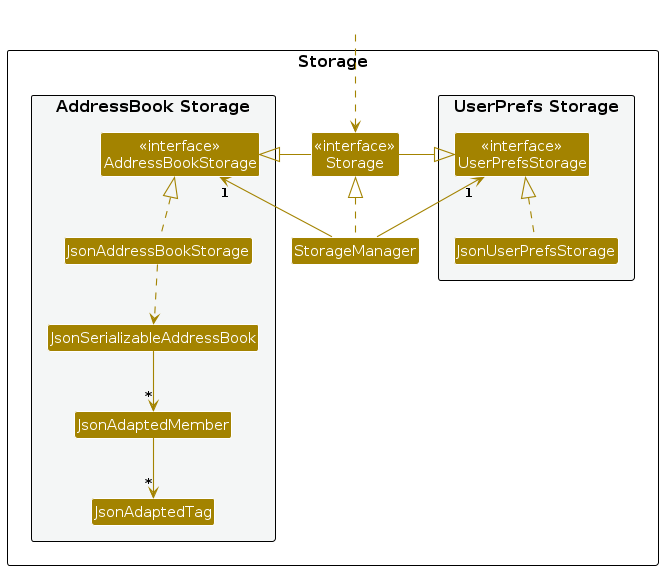
AY2425S1-CS2103T-W14-3/tp keeps this PlantUML diagram as diagrams/StorageClassDiagram.png. Above is the earlier version. Its source is kept beside it as diagrams/StorageClassDiagram.puml. Source of this version:
```plantuml
@startuml
!include style.puml
skinparam arrowThickness 1.1
skinparam arrowColor STORAGE_COLOR
skinparam classBackgroundColor STORAGE_COLOR

package Storage as StoragePackage {

package "UserPrefs Storage" #F4F6F6{
Class "<<interface>>\nUserPrefsStorage" as UserPrefsStorage
Class JsonUserPrefsStorage
}

Class "<<interface>>\nStorage" as Storage
Class StorageManager

package "AddressBook Storage" #F4F6F6{
Class "<<interface>>\nAddressBookStorage" as AddressBookStorage
Class JsonAddressBookStorage
Class JsonSerializableAddressBook
Class JsonAdaptedMember
Class JsonAdaptedTag
}

}

Class HiddenOutside #FFFFFF
HiddenOutside ..> Storage

StorageManager .up.|> Storage
StorageManager -up-> "1" UserPrefsStorage
StorageManager -up-> "1" AddressBookStorage

Storage -left-|> UserPrefsStorage
Storage -right-|> AddressBookStorage

JsonUserPrefsStorage .up.|> UserPrefsStorage
JsonAddressBookStorage .up.|> AddressBookStorage
JsonAddressBookStorage ..> JsonSerializableAddressBook
JsonSerializableAddressBook --> "*" JsonAdaptedMember
JsonAdaptedMember --> "*" JsonAdaptedTag

@enduml
```
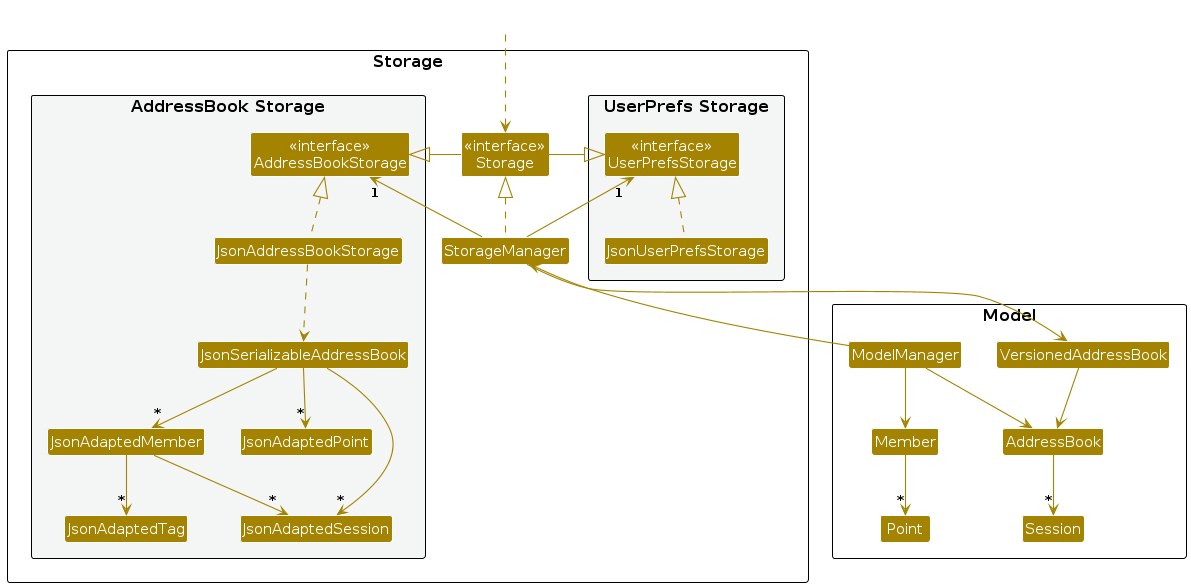
After the commit.

The edit, as a diff of the source:
```diff
@@ -5,23 +5,30 @@
 skinparam classBackgroundColor STORAGE_COLOR
 
 package Storage as StoragePackage {
-
-package "UserPrefs Storage" #F4F6F6{
-Class "<<interface>>\nUserPrefsStorage" as UserPrefsStorage
-Class JsonUserPrefsStorage
+    package "UserPrefs Storage" #F4F6F6 {
+        Class "<<interface>>\nUserPrefsStorage" as UserPrefsStorage
+        Class JsonUserPrefsStorage
+    }
+    Class "<<interface>>\nStorage" as Storage
+    Class StorageManager
+    package "AddressBook Storage" #F4F6F6 {
+        Class "<<interface>>\nAddressBookStorage" as AddressBookStorage
+        Class JsonAddressBookStorage
+        Class JsonSerializableAddressBook
+        Class JsonAdaptedMember
+        Class JsonAdaptedTag
+        Class JsonAdaptedPoint
+        Class JsonAdaptedSession
+    }
 }
 
-Class "<<interface>>\nStorage" as Storage
-Class StorageManager
-
-package "AddressBook Storage" #F4F6F6{
-Class "<<interface>>\nAddressBookStorage" as AddressBookStorage
-Class JsonAddressBookStorage
-Class JsonSerializableAddressBook
-Class JsonAdaptedMember
-Class JsonAdaptedTag
-}
-
+package Model as ModelPackage {
+    Class Session
+    Class AddressBook
+    Class VersionedAddressBook
+    Class ModelManager
+    Class Member
+    Class Point
 }
 
 Class HiddenOutside #FFFFFF
@@ -30,14 +37,22 @@
 StorageManager .up.|> Storage
 StorageManager -up-> "1" UserPrefsStorage
 StorageManager -up-> "1" AddressBookStorage
-
 Storage -left-|> UserPrefsStorage
 Storage -right-|> AddressBookStorage
-
 JsonUserPrefsStorage .up.|> UserPrefsStorage
 JsonAddressBookStorage .up.|> AddressBookStorage
 JsonAddressBookStorage ..> JsonSerializableAddressBook
 JsonSerializableAddressBook --> "*" JsonAdaptedMember
+JsonSerializableAddressBook --> "*" JsonAdaptedPoint
+JsonSerializableAddressBook --> "*" JsonAdaptedSession
 JsonAdaptedMember --> "*" JsonAdaptedTag
+JsonAdaptedMember --> "*" JsonAdaptedSession
+AddressBook --> "*" Session
+VersionedAddressBook --> AddressBook
+StorageManager --> VersionedAddressBook
+ModelManager --> StorageManager
+ModelManager --> AddressBook
+ModelManager --> Member
+Member --> "*" Point
 
 @enduml
```
